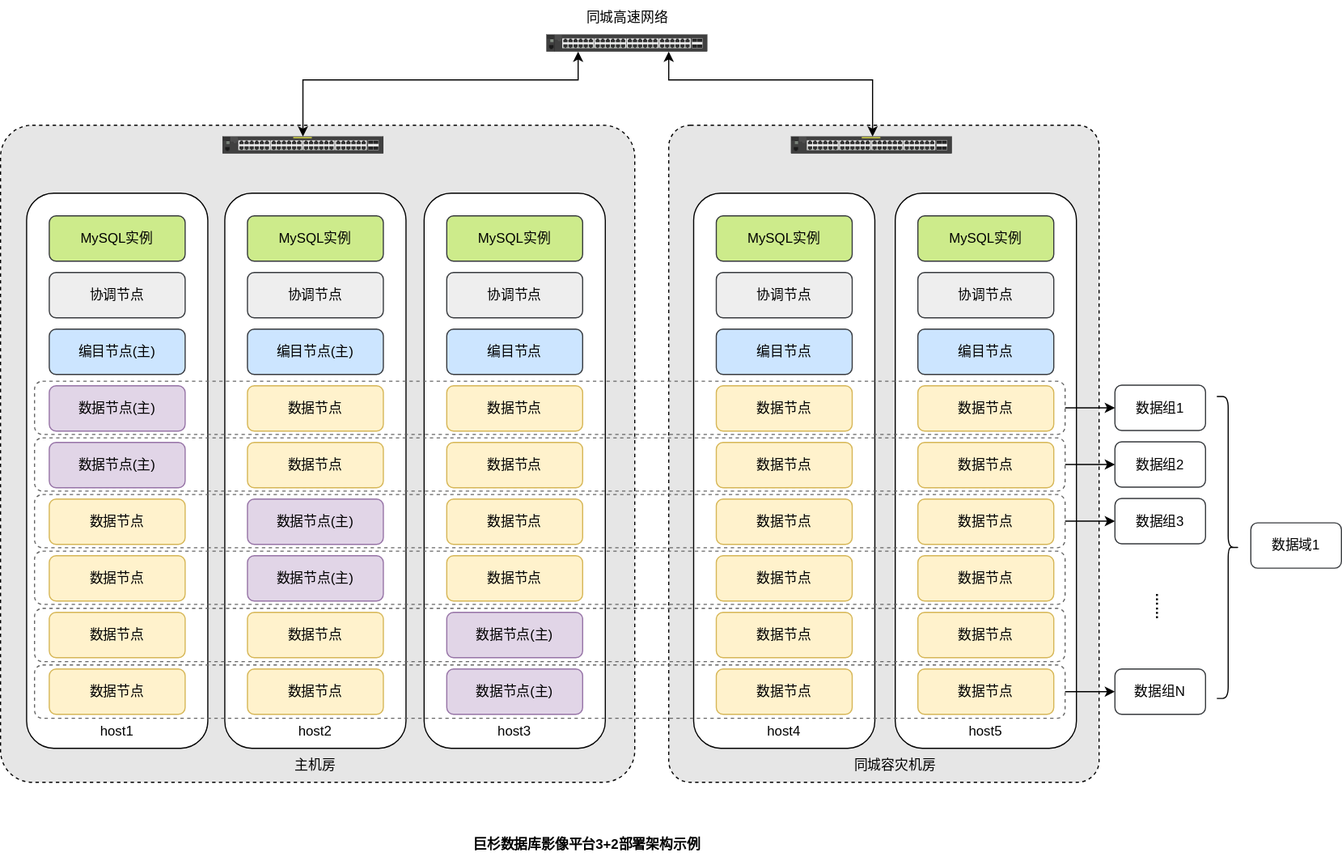
Above: 巨杉数据库影像平台3+2部署.drawio.svg in x56080/drawio (draw.io), before the change. Source tidied: cells renumbered, new cells last; positions are measured from the earlier drawing's top-left corner, leaving out a move shared by most shapes. The source it was exported from:
```xml
<mxGraphModel>
  <root>
    <mxCell id="0" />
    <mxCell id="1" parent="0" />
    <mxCell id="2" style="rounded=1;whiteSpace=wrap;html=1;arcSize=5;fillColor=#E6E6E6;dashed=1;strokeColor=#000000;strokeWidth=1;" parent="1" vertex="1">
      <mxGeometry x="590" y="110" width="380" height="580" as="geometry" />
    </mxCell>
    <mxCell id="3" style="rounded=1;whiteSpace=wrap;html=1;" parent="1" vertex="1">
      <mxGeometry x="790" y="170" width="160" height="490" as="geometry" />
    </mxCell>
    <mxCell id="4" value="数据节点" style="rounded=1;whiteSpace=wrap;html=1;fillColor=#fff2cc;strokeColor=#d6b656;" parent="1" vertex="1">
      <mxGeometry x="810" y="340" width="120" height="40" as="geometry" />
    </mxCell>
    <mxCell id="5" value="数据节点" style="rounded=1;whiteSpace=wrap;html=1;fillColor=#fff2cc;strokeColor=#d6b656;" parent="1" vertex="1">
      <mxGeometry x="810" y="390" width="120" height="40" as="geometry" />
    </mxCell>
    <mxCell id="6" value="数据节点" style="rounded=1;whiteSpace=wrap;html=1;fillColor=#fff2cc;strokeColor=#d6b656;" parent="1" vertex="1">
      <mxGeometry x="810" y="440" width="120" height="40" as="geometry" />
    </mxCell>
    <mxCell id="7" value="数据节点" style="rounded=1;whiteSpace=wrap;html=1;fillColor=#fff2cc;strokeColor=#d6b656;" parent="1" vertex="1">
      <mxGeometry x="810" y="490" width="120" height="40" as="geometry" />
    </mxCell>
    <mxCell id="8" value="数据节点" style="rounded=1;whiteSpace=wrap;html=1;fillColor=#fff2cc;strokeColor=#d6b656;" parent="1" vertex="1">
      <mxGeometry x="810" y="540" width="120" height="40" as="geometry" />
    </mxCell>
    <mxCell id="9" value="数据节点" style="rounded=1;whiteSpace=wrap;html=1;fillColor=#fff2cc;strokeColor=#d6b656;" parent="1" vertex="1">
      <mxGeometry x="810" y="590" width="120" height="40" as="geometry" />
    </mxCell>
    <mxCell id="10" value="MySQL实例" style="rounded=1;whiteSpace=wrap;html=1;fillColor=#cdeb8b;strokeColor=#36393d;" parent="1" vertex="1">
      <mxGeometry x="810" y="190" width="120" height="40" as="geometry" />
    </mxCell>
    <mxCell id="11" value="编目节点" style="rounded=1;whiteSpace=wrap;html=1;fillColor=#cce5ff;strokeColor=#36393d;" parent="1" vertex="1">
      <mxGeometry x="810" y="290" width="120" height="40" as="geometry" />
    </mxCell>
    <mxCell id="12" value="协调节点" style="rounded=1;whiteSpace=wrap;html=1;fillColor=#eeeeee;strokeColor=#36393d;" parent="1" vertex="1">
      <mxGeometry x="810" y="240" width="120" height="40" as="geometry" />
    </mxCell>
    <mxCell id="13" value="host5" style="text;html=1;align=center;verticalAlign=middle;whiteSpace=wrap;rounded=1;" parent="1" vertex="1">
      <mxGeometry x="840" y="630" width="60" height="30" as="geometry" />
    </mxCell>
    <mxCell id="14" style="rounded=1;whiteSpace=wrap;html=1;arcSize=5;fillColor=#E6E6E6;dashed=1;strokeColor=#000000;strokeWidth=1;" parent="1" vertex="1">
      <mxGeometry y="110" width="560" height="580" as="geometry" />
    </mxCell>
    <mxCell id="15" style="rounded=1;whiteSpace=wrap;html=1;" parent="1" vertex="1">
      <mxGeometry x="23" y="170" width="160" height="490" as="geometry" />
    </mxCell>
    <mxCell id="16" style="rounded=1;whiteSpace=wrap;html=1;" parent="1" vertex="1">
      <mxGeometry x="198" y="170" width="160" height="490" as="geometry" />
    </mxCell>
    <mxCell id="17" style="rounded=1;whiteSpace=wrap;html=1;" parent="1" vertex="1">
      <mxGeometry x="374" y="170" width="160" height="490" as="geometry" />
    </mxCell>
    <mxCell id="18" style="rounded=1;whiteSpace=wrap;html=1;" parent="1" vertex="1">
      <mxGeometry x="612" y="170" width="160" height="490" as="geometry" />
    </mxCell>
    <mxCell id="19" style="edgeStyle=orthogonalEdgeStyle;rounded=0;jettySize=auto;html=1;entryX=0;entryY=0.5;entryDx=0;entryDy=0;" parent="1" edge="1" source="20" target="62">
      <mxGeometry relative="1" as="geometry" />
    </mxCell>
    <mxCell id="20" style="rounded=1;whiteSpace=wrap;html=1;fillColor=none;dashed=1;gradientColor=#b3b3b3;strokeColor=#666666;" parent="1" vertex="1">
      <mxGeometry x="30" y="586.5" width="910" height="47" as="geometry" />
    </mxCell>
    <mxCell id="21" style="rounded=1;whiteSpace=wrap;html=1;fillColor=none;dashed=1;gradientColor=#b3b3b3;strokeColor=#666666;" parent="1" vertex="1">
      <mxGeometry x="30" y="536.5" width="910" height="47" as="geometry" />
    </mxCell>
    <mxCell id="22" style="rounded=1;whiteSpace=wrap;html=1;fillColor=none;dashed=1;gradientColor=#b3b3b3;strokeColor=#666666;" parent="1" vertex="1">
      <mxGeometry x="30" y="486" width="910" height="47" as="geometry" />
    </mxCell>
    <mxCell id="23" style="edgeStyle=orthogonalEdgeStyle;rounded=0;jettySize=auto;html=1;entryX=0;entryY=0.5;entryDx=0;entryDy=0;" parent="1" edge="1" source="24" target="61">
      <mxGeometry relative="1" as="geometry" />
    </mxCell>
    <mxCell id="24" style="rounded=1;whiteSpace=wrap;html=1;fillColor=none;dashed=1;gradientColor=#b3b3b3;strokeColor=#666666;" parent="1" vertex="1">
      <mxGeometry x="30" y="436" width="910" height="47" as="geometry" />
    </mxCell>
    <mxCell id="25" style="edgeStyle=orthogonalEdgeStyle;rounded=0;jettySize=auto;html=1;" parent="1" edge="1" source="26" target="60">
      <mxGeometry relative="1" as="geometry" />
    </mxCell>
    <mxCell id="26" style="rounded=1;whiteSpace=wrap;html=1;fillColor=none;dashed=1;gradientColor=#b3b3b3;strokeColor=#666666;" parent="1" vertex="1">
      <mxGeometry x="30" y="386" width="910" height="47" as="geometry" />
    </mxCell>
    <mxCell id="27" style="rounded=1;whiteSpace=wrap;html=1;fillColor=none;dashed=1;gradientColor=#b3b3b3;strokeColor=#666666;" parent="1" vertex="1">
      <mxGeometry x="30" y="336" width="910" height="47" as="geometry" />
    </mxCell>
    <mxCell id="28" value="数据节点" style="rounded=1;whiteSpace=wrap;html=1;fillColor=#fff2cc;strokeColor=#d6b656;" parent="1" vertex="1">
      <mxGeometry x="218" y="340" width="120" height="40" as="geometry" />
    </mxCell>
    <mxCell id="29" value="数据节点" style="rounded=1;whiteSpace=wrap;html=1;fillColor=#fff2cc;strokeColor=#d6b656;" parent="1" vertex="1">
      <mxGeometry x="218" y="390" width="120" height="40" as="geometry" />
    </mxCell>
    <mxCell id="30" value="数据节点(主)" style="rounded=1;whiteSpace=wrap;html=1;fillColor=#e1d5e7;strokeColor=#9673a6;" parent="1" vertex="1">
      <mxGeometry x="218" y="440" width="120" height="40" as="geometry" />
    </mxCell>
    <mxCell id="31" value="数据节点(主)" style="rounded=1;whiteSpace=wrap;html=1;fillColor=#e1d5e7;strokeColor=#9673a6;" parent="1" vertex="1">
      <mxGeometry x="218" y="490" width="120" height="40" as="geometry" />
    </mxCell>
    <mxCell id="32" value="数据节点" style="rounded=1;whiteSpace=wrap;html=1;fillColor=#fff2cc;strokeColor=#d6b656;" parent="1" vertex="1">
      <mxGeometry x="218" y="540" width="120" height="40" as="geometry" />
    </mxCell>
    <mxCell id="33" value="数据节点" style="rounded=1;whiteSpace=wrap;html=1;fillColor=#fff2cc;strokeColor=#d6b656;" parent="1" vertex="1">
      <mxGeometry x="218" y="590" width="120" height="40" as="geometry" />
    </mxCell>
    <mxCell id="34" value="MySQL实例" style="rounded=1;whiteSpace=wrap;html=1;fillColor=#cdeb8b;strokeColor=#36393d;" parent="1" vertex="1">
      <mxGeometry x="218" y="190" width="120" height="40" as="geometry" />
    </mxCell>
    <mxCell id="35" value="编目节点(主)" style="rounded=1;whiteSpace=wrap;html=1;fillColor=#cce5ff;strokeColor=#36393d;" parent="1" vertex="1">
      <mxGeometry x="218" y="290" width="120" height="40" as="geometry" />
    </mxCell>
    <mxCell id="36" value="协调节点" style="rounded=1;whiteSpace=wrap;html=1;fillColor=#eeeeee;strokeColor=#36393d;" parent="1" vertex="1">
      <mxGeometry x="218" y="240" width="120" height="40" as="geometry" />
    </mxCell>
    <mxCell id="37" value="host2" style="text;html=1;align=center;verticalAlign=middle;whiteSpace=wrap;rounded=1;" parent="1" vertex="1">
      <mxGeometry x="248" y="630" width="60" height="30" as="geometry" />
    </mxCell>
    <mxCell id="38" value="数据节点" style="rounded=1;whiteSpace=wrap;html=1;fillColor=#fff2cc;strokeColor=#d6b656;" parent="1" vertex="1">
      <mxGeometry x="394" y="340" width="120" height="40" as="geometry" />
    </mxCell>
    <mxCell id="39" value="数据节点" style="rounded=1;whiteSpace=wrap;html=1;fillColor=#fff2cc;strokeColor=#d6b656;" parent="1" vertex="1">
      <mxGeometry x="394" y="390" width="120" height="40" as="geometry" />
    </mxCell>
    <mxCell id="40" value="数据节点" style="rounded=1;whiteSpace=wrap;html=1;fillColor=#fff2cc;strokeColor=#d6b656;" parent="1" vertex="1">
      <mxGeometry x="394" y="440" width="120" height="40" as="geometry" />
    </mxCell>
    <mxCell id="41" value="数据节点" style="rounded=1;whiteSpace=wrap;html=1;fillColor=#fff2cc;strokeColor=#d6b656;" parent="1" vertex="1">
      <mxGeometry x="394" y="490" width="120" height="40" as="geometry" />
    </mxCell>
    <mxCell id="42" value="数据节点(主)" style="rounded=1;whiteSpace=wrap;html=1;fillColor=#e1d5e7;strokeColor=#9673a6;" parent="1" vertex="1">
      <mxGeometry x="394" y="540" width="120" height="40" as="geometry" />
    </mxCell>
    <mxCell id="43" value="数据节点(主)" style="rounded=1;whiteSpace=wrap;html=1;fillColor=#e1d5e7;strokeColor=#9673a6;" parent="1" vertex="1">
      <mxGeometry x="394" y="590" width="120" height="40" as="geometry" />
    </mxCell>
    <mxCell id="44" value="MySQL实例" style="rounded=1;whiteSpace=wrap;html=1;fillColor=#cdeb8b;strokeColor=#36393d;" parent="1" vertex="1">
      <mxGeometry x="394" y="190" width="120" height="40" as="geometry" />
    </mxCell>
    <mxCell id="45" value="编目节点" style="rounded=1;whiteSpace=wrap;html=1;fillColor=#cce5ff;strokeColor=#36393d;" parent="1" vertex="1">
      <mxGeometry x="394" y="290" width="120" height="40" as="geometry" />
    </mxCell>
    <mxCell id="46" value="协调节点" style="rounded=1;whiteSpace=wrap;html=1;fillColor=#eeeeee;strokeColor=#36393d;" parent="1" vertex="1">
      <mxGeometry x="394" y="240" width="120" height="40" as="geometry" />
    </mxCell>
    <mxCell id="47" value="host3" style="text;html=1;align=center;verticalAlign=middle;whiteSpace=wrap;rounded=1;" parent="1" vertex="1">
      <mxGeometry x="424" y="630" width="60" height="30" as="geometry" />
    </mxCell>
    <mxCell id="48" value="数据节点" style="rounded=1;whiteSpace=wrap;html=1;fillColor=#fff2cc;strokeColor=#d6b656;" parent="1" vertex="1">
      <mxGeometry x="632" y="340" width="120" height="40" as="geometry" />
    </mxCell>
    <mxCell id="49" value="数据节点" style="rounded=1;whiteSpace=wrap;html=1;fillColor=#fff2cc;strokeColor=#d6b656;" parent="1" vertex="1">
      <mxGeometry x="632" y="390" width="120" height="40" as="geometry" />
    </mxCell>
    <mxCell id="50" value="数据节点" style="rounded=1;whiteSpace=wrap;html=1;fillColor=#fff2cc;strokeColor=#d6b656;" parent="1" vertex="1">
      <mxGeometry x="632" y="440" width="120" height="40" as="geometry" />
    </mxCell>
    <mxCell id="51" value="数据节点" style="rounded=1;whiteSpace=wrap;html=1;fillColor=#fff2cc;strokeColor=#d6b656;" parent="1" vertex="1">
      <mxGeometry x="632" y="490" width="120" height="40" as="geometry" />
    </mxCell>
    <mxCell id="52" value="数据节点" style="rounded=1;whiteSpace=wrap;html=1;fillColor=#fff2cc;strokeColor=#d6b656;" parent="1" vertex="1">
      <mxGeometry x="632" y="540" width="120" height="40" as="geometry" />
    </mxCell>
    <mxCell id="53" value="数据节点" style="rounded=1;whiteSpace=wrap;html=1;fillColor=#fff2cc;strokeColor=#d6b656;" parent="1" vertex="1">
      <mxGeometry x="632" y="590" width="120" height="40" as="geometry" />
    </mxCell>
    <mxCell id="54" value="MySQL实例" style="rounded=1;whiteSpace=wrap;html=1;fillColor=#cdeb8b;strokeColor=#36393d;" parent="1" vertex="1">
      <mxGeometry x="632" y="190" width="120" height="40" as="geometry" />
    </mxCell>
    <mxCell id="55" value="编目节点" style="rounded=1;whiteSpace=wrap;html=1;fillColor=#cce5ff;strokeColor=#36393d;" parent="1" vertex="1">
      <mxGeometry x="632" y="290" width="120" height="40" as="geometry" />
    </mxCell>
    <mxCell id="56" value="协调节点" style="rounded=1;whiteSpace=wrap;html=1;fillColor=#eeeeee;strokeColor=#36393d;" parent="1" vertex="1">
      <mxGeometry x="632" y="240" width="120" height="40" as="geometry" />
    </mxCell>
    <mxCell id="57" value="host4" style="text;html=1;align=center;verticalAlign=middle;whiteSpace=wrap;rounded=1;" parent="1" vertex="1">
      <mxGeometry x="662" y="630" width="60" height="30" as="geometry" />
    </mxCell>
    <mxCell id="58" value="数据组1" style="rounded=1;whiteSpace=wrap;html=1;fillColor=none;strokeColor=#36393d;" parent="1" vertex="1">
      <mxGeometry x="984" y="339.5" width="80" height="40" as="geometry" />
    </mxCell>
    <mxCell id="59" style="endArrow=classic;html=1;rounded=1;exitX=1;exitY=0.5;exitDx=0;exitDy=0;entryX=0;entryY=0.5;entryDx=0;entryDy=0;" parent="1" edge="1" source="27" target="58">
      <mxGeometry relative="1" as="geometry" />
    </mxCell>
    <mxCell id="60" value="数据组2" style="rounded=1;whiteSpace=wrap;html=1;fillColor=none;strokeColor=#36393d;" parent="1" vertex="1">
      <mxGeometry x="984" y="389.5" width="80" height="40" as="geometry" />
    </mxCell>
    <mxCell id="61" value="数据组3" style="rounded=1;whiteSpace=wrap;html=1;fillColor=none;strokeColor=#36393d;" parent="1" vertex="1">
      <mxGeometry x="984" y="439.5" width="80" height="40" as="geometry" />
    </mxCell>
    <mxCell id="62" value="数据组N" style="rounded=1;whiteSpace=wrap;html=1;fillColor=none;strokeColor=#36393d;" parent="1" vertex="1">
      <mxGeometry x="984" y="590" width="80" height="40" as="geometry" />
    </mxCell>
    <mxCell id="63" value="……" style="text;html=1;align=center;verticalAlign=middle;whiteSpace=wrap;rounded=1;direction=east;textDirection=vertical-lr;fontStyle=1;" parent="1" vertex="1">
      <mxGeometry x="994" y="520" width="60" height="30" as="geometry" />
    </mxCell>
    <mxCell id="64" style="shape=curlyBracket;whiteSpace=wrap;html=1;rounded=1;flipH=1;labelPosition=right;verticalLabelPosition=middle;align=left;verticalAlign=middle;" parent="1" vertex="1">
      <mxGeometry x="1074" y="349.5" width="20" height="266.5" as="geometry" />
    </mxCell>
    <mxCell id="65" value="数据域1" style="rounded=1;whiteSpace=wrap;html=1;fillColor=none;strokeColor=#36393d;" parent="1" vertex="1">
      <mxGeometry x="1104" y="461" width="80" height="40" as="geometry" />
    </mxCell>
    <mxCell id="66" value="巨杉数据库影像平台3+2部署架构示例" style="text;html=1;align=center;verticalAlign=middle;whiteSpace=wrap;rounded=1;fontStyle=1;" parent="1" vertex="1">
      <mxGeometry x="385" y="730" width="266" height="30" as="geometry" />
    </mxCell>
    <mxCell id="67" value="主机房" style="text;html=1;align=center;verticalAlign=middle;whiteSpace=wrap;rounded=1;" parent="1" vertex="1">
      <mxGeometry x="248" y="660" width="60" height="30" as="geometry" />
    </mxCell>
    <mxCell id="68" value="同城容灾机房" style="text;html=1;align=center;verticalAlign=middle;whiteSpace=wrap;rounded=1;" parent="1" vertex="1">
      <mxGeometry x="735" y="660" width="110" height="30" as="geometry" />
    </mxCell>
    <mxCell id="69" style="edgeStyle=orthogonalEdgeStyle;rounded=0;jettySize=auto;html=1;startArrow=classic;startFill=1;" parent="1" edge="1" source="71" target="73">
      <mxGeometry relative="1" as="geometry">
        <Array as="points">
          <mxPoint x="510" y="70" />
          <mxPoint x="267" y="70" />
        </Array>
      </mxGeometry>
    </mxCell>
    <mxCell id="70" style="edgeStyle=orthogonalEdgeStyle;rounded=0;jettySize=auto;html=1;startArrow=classic;startFill=1;" parent="1" edge="1" source="71" target="72">
      <mxGeometry relative="1" as="geometry">
        <Array as="points">
          <mxPoint x="590" y="70" />
          <mxPoint x="770" y="70" />
        </Array>
      </mxGeometry>
    </mxCell>
    <mxCell id="71" style="html=1;verticalLabelPosition=bottom;verticalAlign=top;outlineConnect=0;shadow=0;dashed=0;shape=mxgraph.rack.hpe_aruba.switches.j9775a_2530_48g_switch;" parent="1" vertex="1">
      <mxGeometry x="482" y="30" width="142" height="15" as="geometry" />
    </mxCell>
    <mxCell id="72" style="html=1;verticalLabelPosition=bottom;verticalAlign=top;outlineConnect=0;shadow=0;dashed=0;shape=mxgraph.rack.hpe_aruba.switches.j9772a_2530_48g_poeplus_switch;" parent="1" vertex="1">
      <mxGeometry x="698" y="120" width="142" height="15" as="geometry" />
    </mxCell>
    <mxCell id="73" style="html=1;verticalLabelPosition=bottom;verticalAlign=top;outlineConnect=0;shadow=0;dashed=0;shape=mxgraph.rack.hpe_aruba.switches.j9772a_2530_48g_poeplus_switch;" parent="1" vertex="1">
      <mxGeometry x="196" y="120" width="142" height="15" as="geometry" />
    </mxCell>
    <mxCell id="74" value="同城高速网络" style="text;html=1;align=center;verticalAlign=middle;whiteSpace=wrap;rounded=1;" parent="1" vertex="1">
      <mxGeometry x="499.5" width="107" height="30" as="geometry" />
    </mxCell>
    <mxCell id="75" value="数据节点(主)" style="rounded=1;whiteSpace=wrap;html=1;fillColor=#e1d5e7;strokeColor=#9673a6;" parent="1" vertex="1">
      <mxGeometry x="43" y="340" width="120" height="40" as="geometry" />
    </mxCell>
    <mxCell id="76" value="数据节点(主)" style="rounded=1;whiteSpace=wrap;html=1;fillColor=#e1d5e7;strokeColor=#9673a6;" parent="1" vertex="1">
      <mxGeometry x="43" y="390" width="120" height="40" as="geometry" />
    </mxCell>
    <mxCell id="77" value="数据节点" style="rounded=1;whiteSpace=wrap;html=1;fillColor=#fff2cc;strokeColor=#d6b656;" parent="1" vertex="1">
      <mxGeometry x="43" y="440" width="120" height="40" as="geometry" />
    </mxCell>
    <mxCell id="78" value="数据节点" style="rounded=1;whiteSpace=wrap;html=1;fillColor=#fff2cc;strokeColor=#d6b656;" parent="1" vertex="1">
      <mxGeometry x="43" y="490" width="120" height="40" as="geometry" />
    </mxCell>
    <mxCell id="79" value="数据节点" style="rounded=1;whiteSpace=wrap;html=1;fillColor=#fff2cc;strokeColor=#d6b656;" parent="1" vertex="1">
      <mxGeometry x="43" y="540" width="120" height="40" as="geometry" />
    </mxCell>
    <mxCell id="80" value="数据节点" style="rounded=1;whiteSpace=wrap;html=1;fillColor=#fff2cc;strokeColor=#d6b656;" parent="1" vertex="1">
      <mxGeometry x="43" y="590" width="120" height="40" as="geometry" />
    </mxCell>
    <mxCell id="81" value="MySQL实例" style="rounded=1;whiteSpace=wrap;html=1;fillColor=#cdeb8b;strokeColor=#36393d;" parent="1" vertex="1">
      <mxGeometry x="43" y="190" width="120" height="40" as="geometry" />
    </mxCell>
    <mxCell id="82" value="编目节点(主)" style="rounded=1;whiteSpace=wrap;html=1;fillColor=#cce5ff;strokeColor=#36393d;" parent="1" vertex="1">
      <mxGeometry x="43" y="290" width="120" height="40" as="geometry" />
    </mxCell>
    <mxCell id="83" value="协调节点" style="rounded=1;whiteSpace=wrap;html=1;fillColor=#eeeeee;strokeColor=#36393d;" parent="1" vertex="1">
      <mxGeometry x="43" y="240" width="120" height="40" as="geometry" />
    </mxCell>
    <mxCell id="84" value="host1" style="text;html=1;align=center;verticalAlign=middle;whiteSpace=wrap;rounded=1;" parent="1" vertex="1">
      <mxGeometry x="73" y="630" width="60" height="30" as="geometry" />
    </mxCell>
  </root>
</mxGraphModel>
```
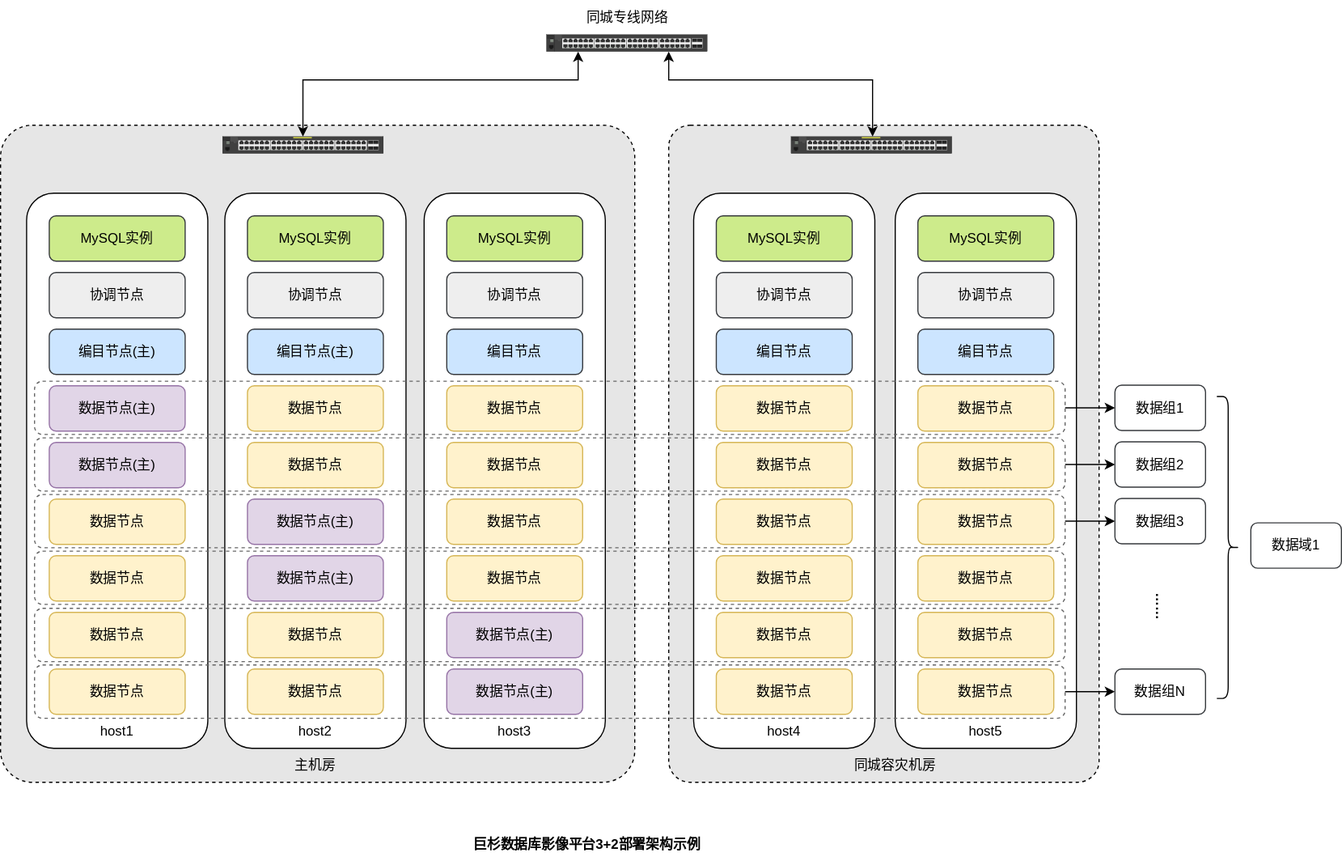
Later version of the same file.

Commit message:
更新巨杉数据库影像平台3+2部署.drawio.svg

Change to the diagram source:
```diff
@@ -228,7 +228,7 @@
     <mxCell id="73" style="html=1;verticalLabelPosition=bottom;verticalAlign=top;outlineConnect=0;shadow=0;dashed=0;shape=mxgraph.rack.hpe_aruba.switches.j9772a_2530_48g_poeplus_switch;" parent="1" vertex="1">
       <mxGeometry x="196" y="120" width="142" height="15" as="geometry" />
     </mxCell>
-    <mxCell id="74" value="同城高速网络" style="text;html=1;align=center;verticalAlign=middle;whiteSpace=wrap;rounded=1;" parent="1" vertex="1">
+    <mxCell id="74" value="同城专线网络" style="text;html=1;align=center;verticalAlign=middle;whiteSpace=wrap;rounded=1;" parent="1" vertex="1">
       <mxGeometry x="499.5" width="107" height="30" as="geometry" />
     </mxCell>
     <mxCell id="75" value="数据节点(主)" style="rounded=1;whiteSpace=wrap;html=1;fillColor=#e1d5e7;strokeColor=#9673a6;" parent="1" vertex="1">
```
